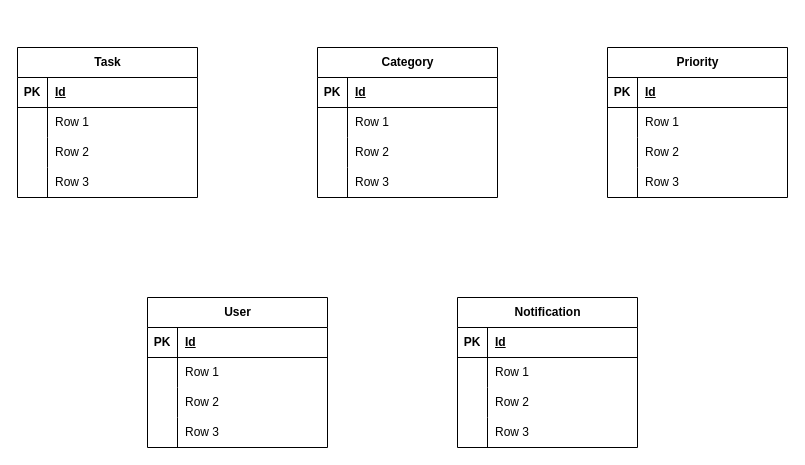
MSI-90/MyTaskManager keeps this draw.io diagram as Диаграмма без названия.drawio. Above is the earlier version. Source tidied: cells renumbered, new cells numbered last; positions are measured from the earlier drawing's top-left corner, leaving out a move shared by most shapes. Both pictures are drawn from the tidied source at 100%, with x=0, y=0 at pixel (17, 47).
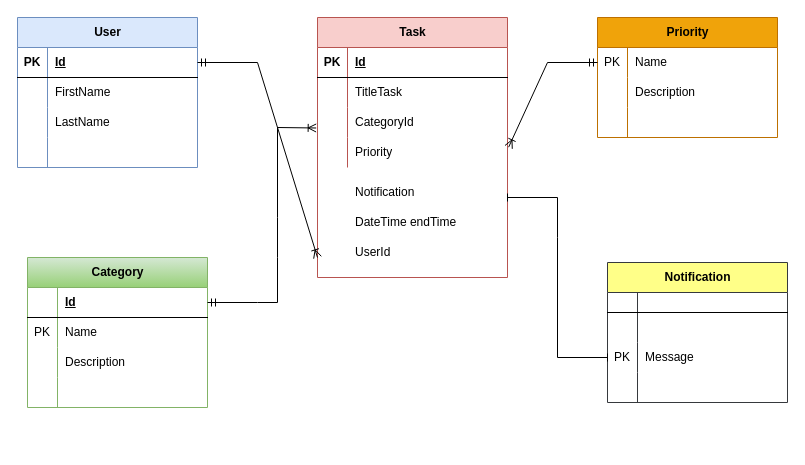
The same page after the edit.

Unchanged cells that the change refers to:
```xml
<mxCell id="16" style="shape=tableRow;horizontal=0;startSize=0;swimlaneHead=0;swimlaneBody=0;fillColor=none;points=[[0,0.5],[1,0.5]];portConstraint=eastwest;top=0;left=0;right=0;bottom=1;" parent="15" vertex="1">
  <mxGeometry y="30" width="180" height="30" as="geometry" />
</mxCell>
<mxCell id="19" style="shape=tableRow;horizontal=0;startSize=0;swimlaneHead=0;swimlaneBody=0;fillColor=none;top=0;left=0;right=0;bottom=0;" parent="15" vertex="1">
  <mxGeometry y="60" width="180" height="30" as="geometry" />
</mxCell>
<mxCell id="22" style="shape=tableRow;horizontal=0;startSize=0;swimlaneHead=0;swimlaneBody=0;fillColor=none;top=0;left=0;right=0;bottom=0;" parent="15" vertex="1">
  <mxGeometry y="90" width="180" height="30" as="geometry" />
</mxCell>
<mxCell id="25" style="shape=tableRow;horizontal=0;startSize=0;swimlaneHead=0;swimlaneBody=0;fillColor=none;top=0;left=0;right=0;bottom=0;" parent="15" vertex="1">
  <mxGeometry y="120" width="180" height="30" as="geometry" />
</mxCell>
<mxCell id="42" style="shape=tableRow;horizontal=0;startSize=0;swimlaneHead=0;swimlaneBody=0;fillColor=none;points=[[0,0.5],[1,0.5]];portConstraint=eastwest;top=0;left=0;right=0;bottom=1;" parent="41" vertex="1">
  <mxGeometry y="30" width="180" height="30" as="geometry" />
</mxCell>
<mxCell id="45" style="shape=tableRow;horizontal=0;startSize=0;swimlaneHead=0;swimlaneBody=0;fillColor=none;top=0;left=0;right=0;bottom=0;" parent="41" vertex="1">
  <mxGeometry y="60" width="180" height="30" as="geometry" />
</mxCell>
<mxCell id="48" style="shape=tableRow;horizontal=0;startSize=0;swimlaneHead=0;swimlaneBody=0;fillColor=none;top=0;left=0;right=0;bottom=0;" parent="41" vertex="1">
  <mxGeometry y="90" width="180" height="30" as="geometry" />
</mxCell>
<mxCell id="51" style="shape=tableRow;horizontal=0;startSize=0;swimlaneHead=0;swimlaneBody=0;fillColor=none;top=0;left=0;right=0;bottom=0;" parent="41" vertex="1">
  <mxGeometry y="120" width="180" height="30" as="geometry" />
</mxCell>
```

Diff of the diagram source:
```diff
@@
-    <mxCell id="2" value="Task" style="shape=table;startSize=30;childLayout=tableLayout;rowLines=0;fontStyle=1;align=center;html=1;" parent="1" vertex="1">
-      <mxGeometry width="180" height="150" as="geometry" />
+    <mxCell id="2" value="Task" style="shape=table;startSize=30;childLayout=tableLayout;rowLines=0;fontStyle=1;align=center;html=1;fillColor=#f8cecc;strokeColor=#b85450;" parent="1" vertex="1">
+      <mxGeometry x="300" y="-30" width="190" height="260" as="geometry" />
     </mxCell>
     <mxCell id="3" style="shape=tableRow;horizontal=0;startSize=0;swimlaneHead=0;swimlaneBody=0;fillColor=none;top=0;left=0;right=0;bottom=1;" parent="2" vertex="1">
-      <mxGeometry y="30" width="180" height="30" as="geometry" />
+      <mxGeometry y="30" width="190" height="30" as="geometry" />
     </mxCell>
@@
-    <mxCell id="5" value="Id " style="shape=partialRectangle;fillColor=none;top=0;left=0;bottom=0;right=0;align=left;spacingLeft=6;fontStyle=5;overflow=hidden;whiteSpace=wrap;html=1;" parent="3" vertex="1">
-      <mxGeometry x="30" width="150" height="30" as="geometry" />
+    <mxCell id="5" value="Id" style="shape=partialRectangle;fillColor=none;top=0;left=0;bottom=0;right=0;align=left;spacingLeft=6;fontStyle=5;overflow=hidden;whiteSpace=wrap;html=1;" parent="3" vertex="1">
+      <mxGeometry x="30" width="160" height="30" as="geometry" />
     </mxCell>
     <mxCell id="6" style="shape=tableRow;horizontal=0;startSize=0;swimlaneHead=0;swimlaneBody=0;fillColor=none;top=0;left=0;right=0;bottom=0;" parent="2" vertex="1">
-      <mxGeometry y="60" width="180" height="30" as="geometry" />
+      <mxGeometry y="60" width="190" height="30" as="geometry" />
     </mxCell>
@@
-    <mxCell id="8" value="Row 1" style="shape=partialRectangle;fillColor=none;top=0;left=0;bottom=0;right=0;align=left;spacingLeft=6;overflow=hidden;whiteSpace=wrap;html=1;" parent="6" vertex="1">
-      <mxGeometry x="30" width="150" height="30" as="geometry" />
+    <mxCell id="8" value="TitleTask" style="shape=partialRectangle;fillColor=none;top=0;left=0;bottom=0;right=0;align=left;spacingLeft=6;overflow=hidden;whiteSpace=wrap;html=1;" parent="6" vertex="1">
+      <mxGeometry x="30" width="160" height="30" as="geometry" />
     </mxCell>
     <mxCell id="9" style="shape=tableRow;horizontal=0;startSize=0;swimlaneHead=0;swimlaneBody=0;fillColor=none;points=[[0,0.5],[1,0.5]];portConstraint=eastwest;top=0;left=0;right=0;bottom=0;" parent="2" vertex="1">
-      <mxGeometry y="90" width="180" height="30" as="geometry" />
+      <mxGeometry y="90" width="190" height="30" as="geometry" />
     </mxCell>
@@
-    <mxCell id="11" value="Row 2" style="shape=partialRectangle;fillColor=none;top=0;left=0;bottom=0;right=0;align=left;spacingLeft=6;overflow=hidden;whiteSpace=wrap;html=1;" parent="9" vertex="1">
-      <mxGeometry x="30" width="150" height="30" as="geometry" />
+    <mxCell id="11" value="CategoryId" style="shape=partialRectangle;fillColor=none;top=0;left=0;bottom=0;right=0;align=left;spacingLeft=6;overflow=hidden;whiteSpace=wrap;html=1;" parent="9" vertex="1">
+      <mxGeometry x="30" width="160" height="30" as="geometry" />
     </mxCell>
     <mxCell id="12" style="shape=tableRow;horizontal=0;startSize=0;swimlaneHead=0;swimlaneBody=0;fillColor=none;points=[[0,0.5],[1,0.5]];portConstraint=eastwest;top=0;left=0;right=0;bottom=0;" parent="2" vertex="1">
-      <mxGeometry y="120" width="180" height="30" as="geometry" />
+      <mxGeometry y="120" width="190" height="30" as="geometry" />
     </mxCell>
@@
-    <mxCell id="14" value="Row 3" style="shape=partialRectangle;fillColor=none;top=0;left=0;bottom=0;right=0;align=left;spacingLeft=6;overflow=hidden;whiteSpace=wrap;html=1;" parent="12" vertex="1">
-      <mxGeometry x="30" width="150" height="30" as="geometry" />
+    <mxCell id="14" value="Priority" style="shape=partialRectangle;fillColor=none;top=0;left=0;bottom=0;right=0;align=left;spacingLeft=6;overflow=hidden;whiteSpace=wrap;html=1;" parent="12" vertex="1">
+      <mxGeometry x="30" width="160" height="30" as="geometry" />
     </mxCell>
-    <mxCell id="15" value="Category" style="shape=table;startSize=30;childLayout=tableLayout;rowLines=0;fontStyle=1;align=center;html=1;" parent="1" vertex="1">
-      <mxGeometry x="300" width="180" height="150" as="geometry" />
+    <mxCell id="15" value="Category" style="shape=table;startSize=30;childLayout=tableLayout;rowLines=0;fontStyle=1;align=center;html=1;fillColor=#d5e8d4;gradientColor=#97d077;strokeColor=#82b366;" parent="1" vertex="1">
+      <mxGeometry x="10" y="210" width="180" height="150" as="geometry" />
     </mxCell>
@@
-    <mxCell id="17" value="PK" style="shape=partialRectangle;fillColor=none;top=0;left=0;bottom=0;right=0;fontStyle=1;overflow=hidden;whiteSpace=wrap;html=1;" parent="16" vertex="1">
+    <mxCell id="17" style="shape=partialRectangle;fillColor=none;top=0;left=0;bottom=0;right=0;fontStyle=1;overflow=hidden;whiteSpace=wrap;html=1;" parent="16" vertex="1">
       <mxGeometry width="30" height="30" as="geometry" />
     </mxCell>
-    <mxCell id="18" value="Id " style="shape=partialRectangle;fillColor=none;top=0;left=0;bottom=0;right=0;align=left;spacingLeft=6;fontStyle=5;overflow=hidden;whiteSpace=wrap;html=1;" parent="16" vertex="1">
+    <mxCell id="18" value="Id" style="shape=partialRectangle;fillColor=none;top=0;left=0;bottom=0;right=0;align=left;spacingLeft=6;fontStyle=5;overflow=hidden;whiteSpace=wrap;html=1;" parent="16" vertex="1">
       <mxGeometry x="30" width="150" height="30" as="geometry" />
     </mxCell>
@@
-    <mxCell id="20" style="shape=partialRectangle;fillColor=none;top=0;left=0;bottom=0;right=0;overflow=hidden;whiteSpace=wrap;html=1;" parent="19" vertex="1">
+    <mxCell id="20" value="PK" style="shape=partialRectangle;fillColor=none;top=0;left=0;bottom=0;right=0;overflow=hidden;whiteSpace=wrap;html=1;" parent="19" vertex="1">
       <mxGeometry width="30" height="30" as="geometry" />
     </mxCell>
-    <mxCell id="21" value="Row 1" style="shape=partialRectangle;fillColor=none;top=0;left=0;bottom=0;right=0;align=left;spacingLeft=6;overflow=hidden;whiteSpace=wrap;html=1;" parent="19" vertex="1">
+    <mxCell id="21" value="&lt;div&gt;Name&lt;/div&gt;" style="shape=partialRectangle;fillColor=none;top=0;left=0;bottom=0;right=0;align=left;spacingLeft=6;overflow=hidden;whiteSpace=wrap;html=1;" parent="19" vertex="1">
       <mxGeometry x="30" width="150" height="30" as="geometry" />
     </mxCell>
@@
-    <mxCell id="24" value="Row 2" style="shape=partialRectangle;fillColor=none;top=0;left=0;bottom=0;right=0;align=left;spacingLeft=6;overflow=hidden;whiteSpace=wrap;html=1;" parent="22" vertex="1">
+    <mxCell id="24" style="shape=partialRectangle;fillColor=none;top=0;left=0;bottom=0;right=0;align=left;spacingLeft=6;overflow=hidden;whiteSpace=wrap;html=1;" parent="22" vertex="1">
       <mxGeometry x="30" width="150" height="30" as="geometry" />
     </mxCell>
@@
-    <mxCell id="27" value="Row 3" style="shape=partialRectangle;fillColor=none;top=0;left=0;bottom=0;right=0;align=left;spacingLeft=6;overflow=hidden;whiteSpace=wrap;html=1;" parent="25" vertex="1">
+    <mxCell id="27" style="shape=partialRectangle;fillColor=none;top=0;left=0;bottom=0;right=0;align=left;spacingLeft=6;overflow=hidden;whiteSpace=wrap;html=1;" parent="25" vertex="1">
       <mxGeometry x="30" width="150" height="30" as="geometry" />
     </mxCell>
-    <mxCell id="28" value="Priority" style="shape=table;startSize=30;childLayout=tableLayout;rowLines=0;fontStyle=1;align=center;html=1;" parent="1" vertex="1">
-      <mxGeometry x="590" width="180" height="150" as="geometry" />
+    <mxCell id="28" value="Priority" style="shape=table;startSize=30;childLayout=tableLayout;rowLines=0;fontStyle=1;align=center;html=1;fillColor=#f0a30a;fontColor=#000000;strokeColor=#BD7000;" parent="1" vertex="1">
+      <mxGeometry x="580" y="-30" width="180" height="120" as="geometry" />
     </mxCell>
-    <mxCell id="29" style="shape=tableRow;horizontal=0;startSize=0;swimlaneHead=0;swimlaneBody=0;fillColor=none;top=0;left=0;right=0;bottom=1;" parent="28" vertex="1">
-      <mxGeometry y="30" width="180" height="30" as="geometry" />
-    </mxCell>
-    <mxCell id="30" value="PK" style="shape=partialRectangle;fillColor=none;top=0;left=0;bottom=0;right=0;fontStyle=1;overflow=hidden;whiteSpace=wrap;html=1;" parent="29" vertex="1">
-      <mxGeometry width="30" height="30" as="geometry" />
-    </mxCell>
-    <mxCell id="31" value="Id " style="shape=partialRectangle;fillColor=none;top=0;left=0;bottom=0;right=0;align=left;spacingLeft=6;fontStyle=5;overflow=hidden;whiteSpace=wrap;html=1;" parent="29" vertex="1">
-      <mxGeometry x="30" width="150" height="30" as="geometry" />
-    </mxCell>
     <mxCell id="32" style="shape=tableRow;horizontal=0;startSize=0;swimlaneHead=0;swimlaneBody=0;fillColor=none;top=0;left=0;right=0;bottom=0;" parent="28" vertex="1">
-      <mxGeometry y="60" width="180" height="30" as="geometry" />
+      <mxGeometry y="30" width="180" height="30" as="geometry" />
     </mxCell>
-    <mxCell id="33" style="shape=partialRectangle;fillColor=none;top=0;left=0;bottom=0;right=0;overflow=hidden;whiteSpace=wrap;html=1;" parent="32" vertex="1">
+    <mxCell id="33" value="PK" style="shape=partialRectangle;fillColor=none;top=0;left=0;bottom=0;right=0;overflow=hidden;whiteSpace=wrap;html=1;" parent="32" vertex="1">
       <mxGeometry width="30" height="30" as="geometry" />
     </mxCell>
-    <mxCell id="34" value="Row 1" style="shape=partialRectangle;fillColor=none;top=0;left=0;bottom=0;right=0;align=left;spacingLeft=6;overflow=hidden;whiteSpace=wrap;html=1;" parent="32" vertex="1">
+    <mxCell id="34" value="Name" style="shape=partialRectangle;fillColor=none;top=0;left=0;bottom=0;right=0;align=left;spacingLeft=6;overflow=hidden;whiteSpace=wrap;html=1;" parent="32" vertex="1">
       <mxGeometry x="30" width="150" height="30" as="geometry" />
     </mxCell>
     <mxCell id="35" style="shape=tableRow;horizontal=0;startSize=0;swimlaneHead=0;swimlaneBody=0;fillColor=none;top=0;left=0;right=0;bottom=0;" parent="28" vertex="1">
-      <mxGeometry y="90" width="180" height="30" as="geometry" />
+      <mxGeometry y="60" width="180" height="30" as="geometry" />
     </mxCell>
@@
-    <mxCell id="37" value="Row 2" style="shape=partialRectangle;fillColor=none;top=0;left=0;bottom=0;right=0;align=left;spacingLeft=6;overflow=hidden;whiteSpace=wrap;html=1;" parent="35" vertex="1">
+    <mxCell id="37" value="Description" style="shape=partialRectangle;fillColor=none;top=0;left=0;bottom=0;right=0;align=left;spacingLeft=6;overflow=hidden;whiteSpace=wrap;html=1;" parent="35" vertex="1">
       <mxGeometry x="30" width="150" height="30" as="geometry" />
     </mxCell>
     <mxCell id="38" style="shape=tableRow;horizontal=0;startSize=0;swimlaneHead=0;swimlaneBody=0;fillColor=none;top=0;left=0;right=0;bottom=0;" parent="28" vertex="1">
-      <mxGeometry y="120" width="180" height="30" as="geometry" />
+      <mxGeometry y="90" width="180" height="30" as="geometry" />
     </mxCell>
@@
-    <mxCell id="40" value="Row 3" style="shape=partialRectangle;fillColor=none;top=0;left=0;bottom=0;right=0;align=left;spacingLeft=6;overflow=hidden;whiteSpace=wrap;html=1;" parent="38" vertex="1">
+    <mxCell id="40" style="shape=partialRectangle;fillColor=none;top=0;left=0;bottom=0;right=0;align=left;spacingLeft=6;overflow=hidden;whiteSpace=wrap;html=1;" parent="38" vertex="1">
       <mxGeometry x="30" width="150" height="30" as="geometry" />
     </mxCell>
-    <mxCell id="41" value="User" style="shape=table;startSize=30;childLayout=tableLayout;rowLines=0;fontStyle=1;align=center;html=1;" parent="1" vertex="1">
-      <mxGeometry x="130" y="250" width="180" height="150" as="geometry" />
+    <mxCell id="41" value="User" style="shape=table;startSize=30;childLayout=tableLayout;rowLines=0;fontStyle=1;align=center;html=1;fillColor=#dae8fc;strokeColor=#6c8ebf;" parent="1" vertex="1">
+      <mxGeometry y="-30" width="180" height="150" as="geometry" />
     </mxCell>
@@
-    <mxCell id="44" value="Id " style="shape=partialRectangle;fillColor=none;top=0;left=0;bottom=0;right=0;align=left;spacingLeft=6;fontStyle=5;overflow=hidden;whiteSpace=wrap;html=1;" parent="42" vertex="1">
+    <mxCell id="44" value="Id" style="shape=partialRectangle;fillColor=none;top=0;left=0;bottom=0;right=0;align=left;spacingLeft=6;fontStyle=5;overflow=hidden;whiteSpace=wrap;html=1;" parent="42" vertex="1">
       <mxGeometry x="30" width="150" height="30" as="geometry" />
     </mxCell>
@@
-    <mxCell id="47" value="Row 1" style="shape=partialRectangle;fillColor=none;top=0;left=0;bottom=0;right=0;align=left;spacingLeft=6;overflow=hidden;whiteSpace=wrap;html=1;" parent="45" vertex="1">
+    <mxCell id="47" value="FirstName" style="shape=partialRectangle;fillColor=none;top=0;left=0;bottom=0;right=0;align=left;spacingLeft=6;overflow=hidden;whiteSpace=wrap;html=1;" parent="45" vertex="1">
       <mxGeometry x="30" width="150" height="30" as="geometry" />
     </mxCell>
@@
-    <mxCell id="50" value="Row 2" style="shape=partialRectangle;fillColor=none;top=0;left=0;bottom=0;right=0;align=left;spacingLeft=6;overflow=hidden;whiteSpace=wrap;html=1;" parent="48" vertex="1">
+    <mxCell id="50" value="LastName" style="shape=partialRectangle;fillColor=none;top=0;left=0;bottom=0;right=0;align=left;spacingLeft=6;overflow=hidden;whiteSpace=wrap;html=1;" parent="48" vertex="1">
       <mxGeometry x="30" width="150" height="30" as="geometry" />
     </mxCell>
@@
-    <mxCell id="53" value="Row 3" style="shape=partialRectangle;fillColor=none;top=0;left=0;bottom=0;right=0;align=left;spacingLeft=6;overflow=hidden;whiteSpace=wrap;html=1;" parent="51" vertex="1">
+    <mxCell id="53" style="shape=partialRectangle;fillColor=none;top=0;left=0;bottom=0;right=0;align=left;spacingLeft=6;overflow=hidden;whiteSpace=wrap;html=1;" parent="51" vertex="1">
       <mxGeometry x="30" width="150" height="30" as="geometry" />
     </mxCell>
-    <mxCell id="54" value="Notification" style="shape=table;startSize=30;childLayout=tableLayout;rowLines=0;fontStyle=1;align=center;html=1;" parent="1" vertex="1">
-      <mxGeometry x="440" y="250" width="180" height="150" as="geometry" />
+    <mxCell id="54" value="Notification" style="shape=table;startSize=30;childLayout=tableLayout;rowLines=0;fontStyle=1;align=center;html=1;fillColor=#ffff88;strokeColor=#36393d;" parent="1" vertex="1">
+      <mxGeometry x="590" y="215" width="180" height="140" as="geometry" />
     </mxCell>
     <mxCell id="55" style="shape=tableRow;horizontal=0;startSize=0;swimlaneHead=0;swimlaneBody=0;fillColor=none;top=0;left=0;right=0;bottom=1;" parent="54" vertex="1">
-      <mxGeometry y="30" width="180" height="30" as="geometry" />
+      <mxGeometry y="30" width="180" height="20" as="geometry" />
     </mxCell>
-    <mxCell id="56" value="PK" style="shape=partialRectangle;fillColor=none;top=0;left=0;bottom=0;right=0;fontStyle=1;overflow=hidden;whiteSpace=wrap;html=1;" parent="55" vertex="1">
-      <mxGeometry width="30" height="30" as="geometry" />
+    <mxCell id="56" style="shape=partialRectangle;fillColor=none;top=0;left=0;bottom=0;right=0;fontStyle=1;overflow=hidden;whiteSpace=wrap;html=1;" parent="55" vertex="1">
+      <mxGeometry width="30" height="20" as="geometry" />
     </mxCell>
-    <mxCell id="57" value="Id " style="shape=partialRectangle;fillColor=none;top=0;left=0;bottom=0;right=0;align=left;spacingLeft=6;fontStyle=5;overflow=hidden;whiteSpace=wrap;html=1;" parent="55" vertex="1">
-      <mxGeometry x="30" width="150" height="30" as="geometry" />
+    <mxCell id="57" style="shape=partialRectangle;fillColor=none;top=0;left=0;bottom=0;right=0;align=left;spacingLeft=6;fontStyle=5;overflow=hidden;whiteSpace=wrap;html=1;" parent="55" vertex="1">
+      <mxGeometry x="30" width="150" height="20" as="geometry" />
     </mxCell>
     <mxCell id="58" style="shape=tableRow;horizontal=0;startSize=0;swimlaneHead=0;swimlaneBody=0;fillColor=none;top=0;left=0;right=0;bottom=0;" parent="54" vertex="1">
-      <mxGeometry y="60" width="180" height="30" as="geometry" />
+      <mxGeometry y="50" width="180" height="30" as="geometry" />
     </mxCell>
@@
-    <mxCell id="60" value="Row 1" style="shape=partialRectangle;fillColor=none;top=0;left=0;bottom=0;right=0;align=left;spacingLeft=6;overflow=hidden;whiteSpace=wrap;html=1;" parent="58" vertex="1">
+    <mxCell id="60" style="shape=partialRectangle;fillColor=none;top=0;left=0;bottom=0;right=0;align=left;spacingLeft=6;overflow=hidden;whiteSpace=wrap;html=1;" parent="58" vertex="1">
       <mxGeometry x="30" width="150" height="30" as="geometry" />
     </mxCell>
     <mxCell id="61" style="shape=tableRow;horizontal=0;startSize=0;swimlaneHead=0;swimlaneBody=0;fillColor=none;points=[[0,0.5],[1,0.5]];portConstraint=eastwest;top=0;left=0;right=0;bottom=0;" parent="54" vertex="1">
-      <mxGeometry y="90" width="180" height="30" as="geometry" />
+      <mxGeometry y="80" width="180" height="30" as="geometry" />
     </mxCell>
-    <mxCell id="62" style="shape=partialRectangle;fillColor=none;top=0;left=0;bottom=0;right=0;overflow=hidden;whiteSpace=wrap;html=1;" parent="61" vertex="1">
+    <mxCell id="62" value="&lt;div&gt;PK&lt;/div&gt;" style="shape=partialRectangle;fillColor=none;top=0;left=0;bottom=0;right=0;overflow=hidden;whiteSpace=wrap;html=1;" parent="61" vertex="1">
       <mxGeometry width="30" height="30" as="geometry" />
     </mxCell>
-    <mxCell id="63" value="Row 2" style="shape=partialRectangle;fillColor=none;top=0;left=0;bottom=0;right=0;align=left;spacingLeft=6;overflow=hidden;whiteSpace=wrap;html=1;" parent="61" vertex="1">
+    <mxCell id="63" value="Message" style="shape=partialRectangle;fillColor=none;top=0;left=0;bottom=0;right=0;align=left;spacingLeft=6;overflow=hidden;whiteSpace=wrap;html=1;" parent="61" vertex="1">
       <mxGeometry x="30" width="150" height="30" as="geometry" />
     </mxCell>
     <mxCell id="64" style="shape=tableRow;horizontal=0;startSize=0;swimlaneHead=0;swimlaneBody=0;fillColor=none;top=0;left=0;right=0;bottom=0;" parent="54" vertex="1">
-      <mxGeometry y="120" width="180" height="30" as="geometry" />
+      <mxGeometry y="110" width="180" height="30" as="geometry" />
     </mxCell>
@@
-    <mxCell id="66" value="Row 3" style="shape=partialRectangle;fillColor=none;top=0;left=0;bottom=0;right=0;align=left;spacingLeft=6;overflow=hidden;whiteSpace=wrap;html=1;" parent="64" vertex="1">
+    <mxCell id="66" style="shape=partialRectangle;fillColor=none;top=0;left=0;bottom=0;right=0;align=left;spacingLeft=6;overflow=hidden;whiteSpace=wrap;html=1;" parent="64" vertex="1">
       <mxGeometry x="30" width="150" height="30" as="geometry" />
     </mxCell>
+    <mxCell id="67" style="edgeStyle=none;rounded=0;jettySize=auto;html=1;exitX=1;exitY=0.5;exitDx=0;exitDy=0;startArrow=ERmandOne;startFill=0;endArrow=ERoneToMany;endFill=0;" parent="1" edge="1" source="42">
+      <mxGeometry relative="1" as="geometry">
+        <mxPoint x="300" y="210" as="targetPoint" />
+        <Array as="points">
+          <mxPoint x="240" y="15" />
+        </Array>
+      </mxGeometry>
+    </mxCell>
+    <mxCell id="68" style="edgeStyle=none;rounded=0;jettySize=auto;html=1;exitX=1.006;exitY=0.322;exitDx=0;exitDy=0;entryX=0;entryY=0.5;entryDx=0;entryDy=0;startArrow=ERoneToMany;startFill=0;endArrow=ERmandOne;endFill=0;exitPerimeter=0;" parent="1" edge="1" source="12">
+      <mxGeometry relative="1" as="geometry">
+        <mxPoint x="580" y="15" as="targetPoint" />
+        <Array as="points">
+          <mxPoint x="530" y="15" />
+        </Array>
+      </mxGeometry>
+    </mxCell>
+    <mxCell id="69" style="edgeStyle=none;rounded=0;jettySize=auto;html=1;exitX=1;exitY=0.5;exitDx=0;exitDy=0;startArrow=ERmandOne;startFill=0;endArrow=ERoneToMany;endFill=0;entryX=-0.007;entryY=0.683;entryDx=0;entryDy=0;entryPerimeter=0;" parent="1" edge="1" source="16" target="9">
+      <mxGeometry relative="1" as="geometry">
+        <Array as="points">
+          <mxPoint x="240" y="255" />
+          <mxPoint x="260" y="255" />
+          <mxPoint x="260" y="210" />
+          <mxPoint x="260" y="170" />
+          <mxPoint x="260" y="80" />
+        </Array>
+      </mxGeometry>
+    </mxCell>
+    <mxCell id="70" style="edgeStyle=none;rounded=0;jettySize=auto;html=1;startArrow=baseDash;startFill=0;endArrow=baseDash;endFill=0;exitX=0;exitY=0.5;exitDx=0;exitDy=0;" parent="1" edge="1" source="61">
+      <mxGeometry relative="1" as="geometry">
+        <mxPoint x="490" y="150" as="targetPoint" />
+        <Array as="points">
+          <mxPoint x="540" y="310" />
+          <mxPoint x="540" y="190" />
+          <mxPoint x="540" y="150" />
+        </Array>
+      </mxGeometry>
+    </mxCell>
+    <mxCell id="71" value="&lt;div&gt;Notification&lt;/div&gt;" style="shape=partialRectangle;fillColor=none;top=0;left=0;bottom=0;right=0;align=left;spacingLeft=6;overflow=hidden;whiteSpace=wrap;html=1;perimeterSpacing=0;" parent="1" vertex="1">
+      <mxGeometry x="330" y="130" width="160" height="30" as="geometry" />
+    </mxCell>
+    <mxCell id="72" value="DateTime endTime" style="shape=partialRectangle;fillColor=none;top=0;left=0;bottom=0;right=0;align=left;spacingLeft=6;overflow=hidden;whiteSpace=wrap;html=1;perimeterSpacing=0;" parent="1" vertex="1">
+      <mxGeometry x="330" y="160" width="160" height="30" as="geometry" />
+    </mxCell>
+    <mxCell id="73" value="UserId" style="shape=partialRectangle;fillColor=none;top=0;left=0;bottom=0;right=0;align=left;spacingLeft=6;overflow=hidden;whiteSpace=wrap;html=1;" parent="1" vertex="1">
+      <mxGeometry x="330" y="190" width="160" height="30" as="geometry" />
+    </mxCell>
+    <mxCell id="74" value="Description" style="shape=partialRectangle;fillColor=none;top=0;left=0;bottom=0;right=0;align=left;spacingLeft=6;overflow=hidden;whiteSpace=wrap;html=1;" parent="1" vertex="1">
+      <mxGeometry x="40" y="300" width="150" height="30" as="geometry" />
+    </mxCell>
```
